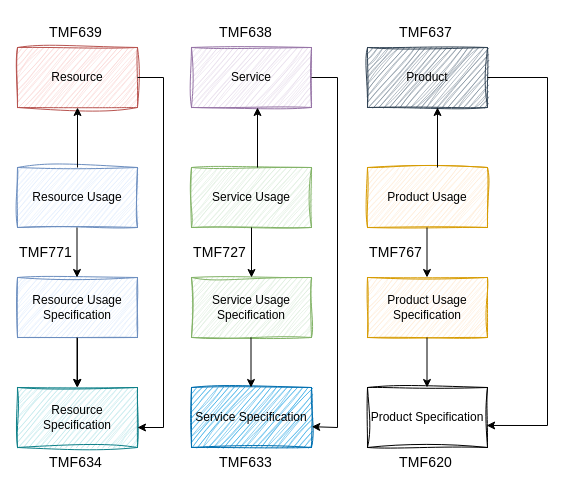
Above: Unbenanntes Diagramm.drawio in slookin/stuff (draw.io), before the change. Source tidied: cells renumbered, new cells numbered last; positions are measured from the earlier drawing's top-left corner, leaving out a move shared by most shapes. Both pictures are drawn from the tidied source at 100%, with x=0, y=0 at pixel (17, 17).
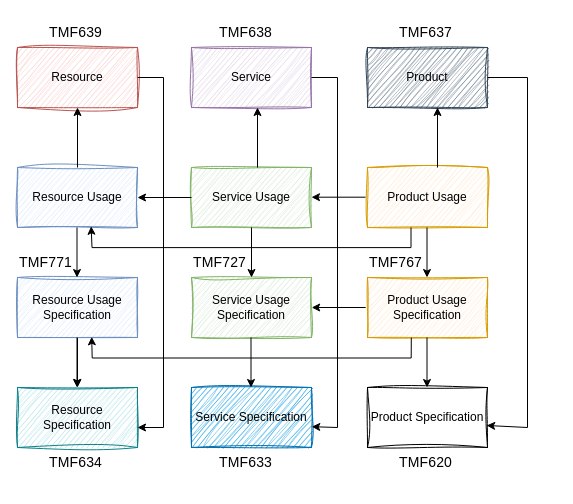
The same page after the edit.

Unchanged cells that the change refers to:
```xml
<mxCell id="2" value="Resource Usage" style="rounded=0;whiteSpace=wrap;html=1;sketch=1;curveFitting=1;jiggle=2;fillColor=#dae8fc;strokeColor=#6c8ebf;" parent="1" vertex="1">
  <mxGeometry y="150" width="120" height="60" as="geometry" />
</mxCell>
<mxCell id="5" value="Service Usage" style="rounded=0;whiteSpace=wrap;html=1;sketch=1;curveFitting=1;jiggle=2;fillColor=#d5e8d4;strokeColor=#82b366;" parent="1" vertex="1">
  <mxGeometry x="174" y="150" width="120" height="60" as="geometry" />
</mxCell>
<mxCell id="11" value="Product" style="rounded=0;whiteSpace=wrap;html=1;sketch=1;curveFitting=1;jiggle=2;fillColor=#647687;fontColor=#000000;strokeColor=#314354;" parent="1" vertex="1">
  <mxGeometry x="350" y="30" width="120" height="60" as="geometry" />
</mxCell>
<mxCell id="13" value="Product Specification" style="rounded=0;whiteSpace=wrap;html=1;sketch=1;curveFitting=1;jiggle=2;" parent="1" vertex="1">
  <mxGeometry x="350" y="370" width="120" height="60" as="geometry" />
</mxCell>
```

What changed in the source:
```diff
@@
     <mxCell id="21" style="endArrow=classic;html=1;rounded=0;exitX=1;exitY=0.5;exitDx=0;exitDy=0;entryX=0.993;entryY=0.633;entryDx=0;entryDy=0;entryPerimeter=0;" parent="1" edge="1" source="11" target="13">
       <mxGeometry relative="1" as="geometry">
         <Array as="points">
-          <mxPoint x="530" y="60" />
-          <mxPoint x="530" y="408" />
+          <mxPoint x="510" y="60" />
+          <mxPoint x="510" y="410" />
         </Array>
       </mxGeometry>
     </mxCell>
@@
     <mxCell id="33" value="&lt;span style=&quot;color: rgb(0, 0, 0); font-family: __gothamFont_add2ec, __gothamFont_Fallback_add2ec; font-size: 14px; font-style: normal; font-variant-ligatures: normal; font-variant-caps: normal; font-weight: 400; letter-spacing: 0.14994px; orphans: 2; text-align: center; text-indent: 0px; text-transform: none; widows: 2; word-spacing: 0px; -webkit-text-stroke-width: 0px; background-color: rgb(255, 255, 255); text-decoration-thickness: initial; text-decoration-style: initial; text-decoration-color: initial; float: none; display: inline !important;&quot;&gt;TMF771&lt;/span&gt;" style="text;whiteSpace=wrap;html=1;" parent="1" vertex="1">
-      <mxGeometry y="220" width="80" height="40" as="geometry" />
+      <mxGeometry y="230" width="80" height="40" as="geometry" />
     </mxCell>
     <mxCell id="34" value="&lt;span style=&quot;color: rgb(0, 0, 0); font-family: __gothamFont_add2ec, __gothamFont_Fallback_add2ec; font-size: 14px; font-style: normal; font-variant-ligatures: normal; font-variant-caps: normal; font-weight: 400; letter-spacing: 0.14994px; orphans: 2; text-align: center; text-indent: 0px; text-transform: none; widows: 2; word-spacing: 0px; -webkit-text-stroke-width: 0px; background-color: rgb(255, 255, 255); text-decoration-thickness: initial; text-decoration-style: initial; text-decoration-color: initial; float: none; display: inline !important;&quot;&gt;TMF727&lt;/span&gt;" style="text;whiteSpace=wrap;html=1;" parent="1" vertex="1">
-      <mxGeometry x="174" y="220" width="80" height="40" as="geometry" />
+      <mxGeometry x="174" y="230" width="80" height="40" as="geometry" />
     </mxCell>
     <mxCell id="35" value="&lt;span style=&quot;color: rgb(0, 0, 0); font-family: __gothamFont_add2ec, __gothamFont_Fallback_add2ec; font-size: 14px; font-style: normal; font-variant-ligatures: normal; font-variant-caps: normal; font-weight: 400; letter-spacing: 0.14994px; orphans: 2; text-align: center; text-indent: 0px; text-transform: none; widows: 2; word-spacing: 0px; -webkit-text-stroke-width: 0px; background-color: rgb(255, 255, 255); text-decoration-thickness: initial; text-decoration-style: initial; text-decoration-color: initial; float: none; display: inline !important;&quot;&gt;TMF767&lt;/span&gt;" style="text;whiteSpace=wrap;html=1;" parent="1" vertex="1">
-      <mxGeometry x="350" y="220" width="80" height="40" as="geometry" />
+      <mxGeometry x="350" y="230" width="80" height="40" as="geometry" />
     </mxCell>
+    <mxCell id="36" style="endArrow=classic;html=1;rounded=0;entryX=1;entryY=0.5;entryDx=0;entryDy=0;exitX=0;exitY=0.5;exitDx=0;exitDy=0;" parent="1" edge="1" source="5" target="2">
+      <mxGeometry relative="1" as="geometry" />
+    </mxCell>
+    <mxCell id="37" style="endArrow=classic;html=1;rounded=0;entryX=1;entryY=0.5;entryDx=0;entryDy=0;exitX=0;exitY=0.5;exitDx=0;exitDy=0;" parent="1" edge="1">
+      <mxGeometry relative="1" as="geometry">
+        <mxPoint x="348" y="179.7" as="sourcePoint" />
+        <mxPoint x="294" y="179.7" as="targetPoint" />
+      </mxGeometry>
+    </mxCell>
+    <mxCell id="38" style="endArrow=classic;html=1;rounded=0;exitX=0.367;exitY=0.998;exitDx=0;exitDy=0;exitPerimeter=0;entryX=0.614;entryY=0.98;entryDx=0;entryDy=0;entryPerimeter=0;" parent="1" edge="1" target="2">
+      <mxGeometry relative="1" as="geometry">
+        <mxPoint x="393.5" y="210" as="sourcePoint" />
+        <Array as="points">
+          <mxPoint x="393.5" y="230.1" />
+          <mxPoint x="74.5" y="230.1" />
+        </Array>
+      </mxGeometry>
+    </mxCell>
+    <mxCell id="39" style="endArrow=classic;html=1;rounded=0;entryX=1;entryY=0.5;entryDx=0;entryDy=0;exitX=0;exitY=0.5;exitDx=0;exitDy=0;" parent="1" edge="1">
+      <mxGeometry relative="1" as="geometry">
+        <mxPoint x="348.2" y="290" as="sourcePoint" />
+        <mxPoint x="294.2" y="290" as="targetPoint" />
+      </mxGeometry>
+    </mxCell>
+    <mxCell id="40" style="endArrow=classic;html=1;rounded=0;exitX=0.367;exitY=0.998;exitDx=0;exitDy=0;exitPerimeter=0;entryX=0.614;entryY=0.98;entryDx=0;entryDy=0;entryPerimeter=0;" parent="1" edge="1">
+      <mxGeometry relative="1" as="geometry">
+        <mxPoint x="393.8" y="320.3" as="sourcePoint" />
+        <mxPoint x="74.2" y="319.3" as="targetPoint" />
+        <Array as="points">
+          <mxPoint x="393.7" y="340.5" />
+          <mxPoint x="74.7" y="340.5" />
+        </Array>
+      </mxGeometry>
+    </mxCell>
```
